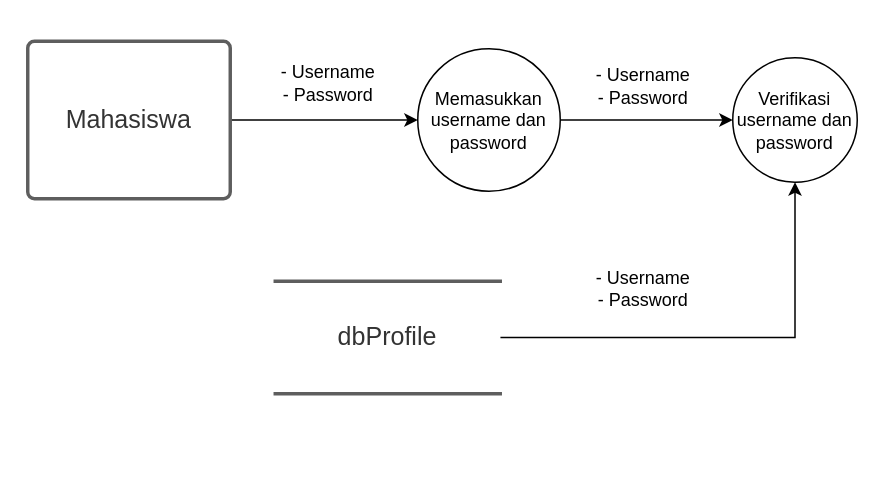
Earlier version of the draw.io diagram page "DFD LV1 Proses6" (8 of 8) of Untitled Diagram.drawio (Aryanda04/File-common). Source tidied: cells renumbered, new cells numbered last; positions are measured from the earlier drawing's top-left corner, leaving out a move shared by most shapes. Both pictures are drawn from the tidied source at 150%, with x=0, y=0 at pixel (27, 40).
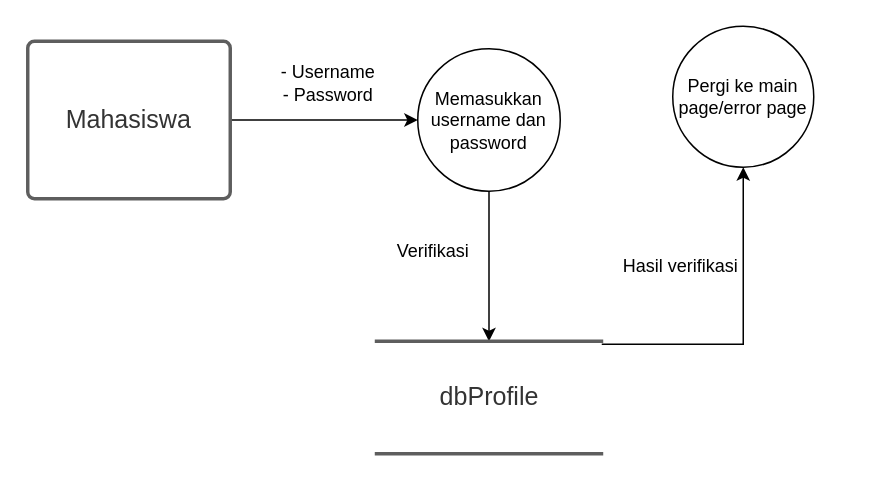
The same diagram, later.

What changed in the source:
```diff
@@
 <mxGraphModel>
   <root>
     <mxCell id="0" />
     <mxCell id="1" parent="0" />
     <mxCell id="2" style="edgeStyle=orthogonalEdgeStyle;rounded=0;jettySize=auto;html=1;" parent="1" edge="1" source="3" target="5">
       <mxGeometry relative="1" as="geometry" />
     </mxCell>
     <mxCell id="3" value="Mahasiswa" style="html=1;overflow=block;blockSpacing=1;whiteSpace=wrap;whiteSpace=wrap;fontSize=16.7;fontColor=#333333;spacing=0;strokeColor=#5e5e5e;strokeOpacity=100;rounded=1;absoluteArcSize=1;arcSize=9;strokeWidth=2.3;" parent="1" vertex="1">
       <mxGeometry width="135" height="105" as="geometry" />
     </mxCell>
-    <mxCell id="4" style="edgeStyle=orthogonalEdgeStyle;rounded=0;jettySize=auto;html=1;entryX=0;entryY=0.5;entryDx=0;entryDy=0;" parent="1" edge="1" source="5" target="9">
-      <mxGeometry relative="1" as="geometry" />
-    </mxCell>
+    <mxCell id="12" style="edgeStyle=orthogonalEdgeStyle;rounded=0;jettySize=auto;html=1;entryX=0.5;entryY=0;entryDx=0;entryDy=0;" parent="1" edge="1" source="5" target="8">
+      <mxGeometry relative="1" as="geometry" />
+    </mxCell>
     <mxCell id="5" value="Memasukkan username dan password" style="ellipse;whiteSpace=wrap;html=1;" parent="1" vertex="1">
       <mxGeometry x="260" y="5" width="95" height="95" as="geometry" />
     </mxCell>
     <mxCell id="6" value="&lt;div&gt;- Username&lt;/div&gt;&lt;div&gt;- Password&lt;br&gt;&lt;/div&gt;" style="text;html=1;align=center;verticalAlign=middle;strokeColor=none;fillColor=none;" parent="1" vertex="1">
       <mxGeometry x="160" y="13" width="80" height="30" as="geometry" />
     </mxCell>
     <mxCell id="7" style="edgeStyle=orthogonalEdgeStyle;rounded=0;jettySize=auto;html=1;entryX=0.5;entryY=1;entryDx=0;entryDy=0;" parent="1" edge="1" source="8" target="9">
-      <mxGeometry relative="1" as="geometry" />
+      <mxGeometry relative="1" as="geometry">
+        <Array as="points">
+          <mxPoint x="477" y="202" />
+        </Array>
+      </mxGeometry>
     </mxCell>
     <mxCell id="8" value="dbProfile" style="html=1;overflow=block;blockSpacing=1;whiteSpace=wrap;shape=partialRectangle;right=0;left=0;whiteSpace=wrap;fontSize=16.7;fontColor=#333333;spacing=0;strokeColor=#5e5e5e;strokeOpacity=100;rounded=1;absoluteArcSize=1;arcSize=9;strokeWidth=2.3;" parent="1" vertex="1">
-      <mxGeometry x="165" y="160" width="150" height="75" as="geometry" />
+      <mxGeometry x="232.5" y="200" width="150" height="75" as="geometry" />
     </mxCell>
-    <mxCell id="9" value="Verifikasi username dan password" style="ellipse;whiteSpace=wrap;html=1;" parent="1" vertex="1">
-      <mxGeometry x="470" y="11" width="83" height="83" as="geometry" />
+    <mxCell id="9" value="Pergi ke main page/error page" style="ellipse;whiteSpace=wrap;html=1;" parent="1" vertex="1">
+      <mxGeometry x="430" y="-10" width="94" height="94" as="geometry" />
     </mxCell>
-    <mxCell id="10" value="&lt;div&gt;- Username&lt;/div&gt;&lt;div&gt;- Password&lt;br&gt;&lt;/div&gt;" style="text;html=1;align=center;verticalAlign=middle;strokeColor=none;fillColor=none;" parent="1" vertex="1">
-      <mxGeometry x="370" y="15" width="80" height="30" as="geometry" />
-    </mxCell>
-    <mxCell id="11" value="&lt;div&gt;- Username&lt;/div&gt;&lt;div&gt;- Password&lt;br&gt;&lt;/div&gt;" style="text;html=1;align=center;verticalAlign=middle;strokeColor=none;fillColor=none;" parent="1" vertex="1">
-      <mxGeometry x="370" y="150" width="80" height="30" as="geometry" />
+    <mxCell id="11" value="&lt;div&gt;Hasil verifikasi&lt;/div&gt;" style="text;html=1;align=center;verticalAlign=middle;strokeColor=none;fillColor=none;" parent="1" vertex="1">
+      <mxGeometry x="390" y="140" width="90" height="20" as="geometry" />
     </mxCell>
+    <mxCell id="13" value="Verifikasi" style="text;html=1;align=center;verticalAlign=middle;strokeColor=none;fillColor=none;" parent="1" vertex="1">
+      <mxGeometry x="240" y="130" width="60" height="20" as="geometry" />
+    </mxCell>
   </root>
 </mxGraphModel>
```
